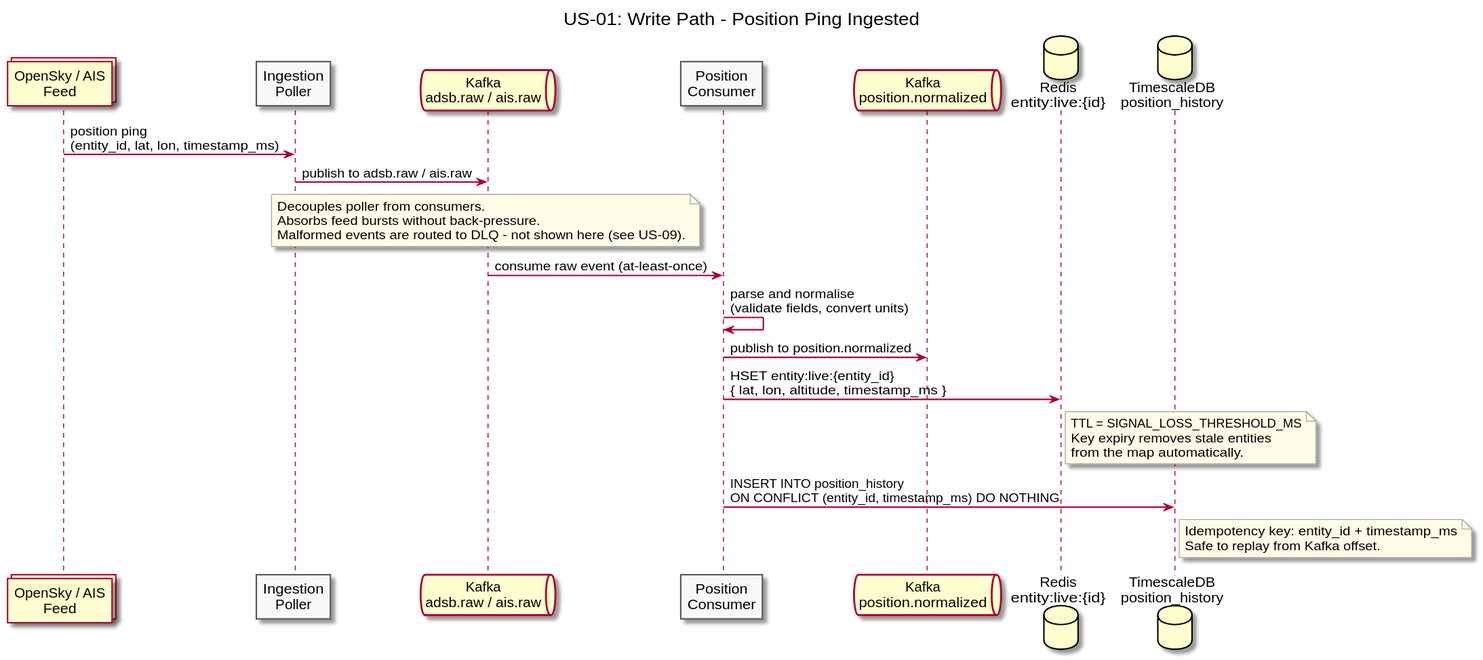
Before: diagrams/docs/use-cases/US-01-live-entity-tracking/write-path.svg, a diagram exported from PlantUML (Buffden/sentinel).
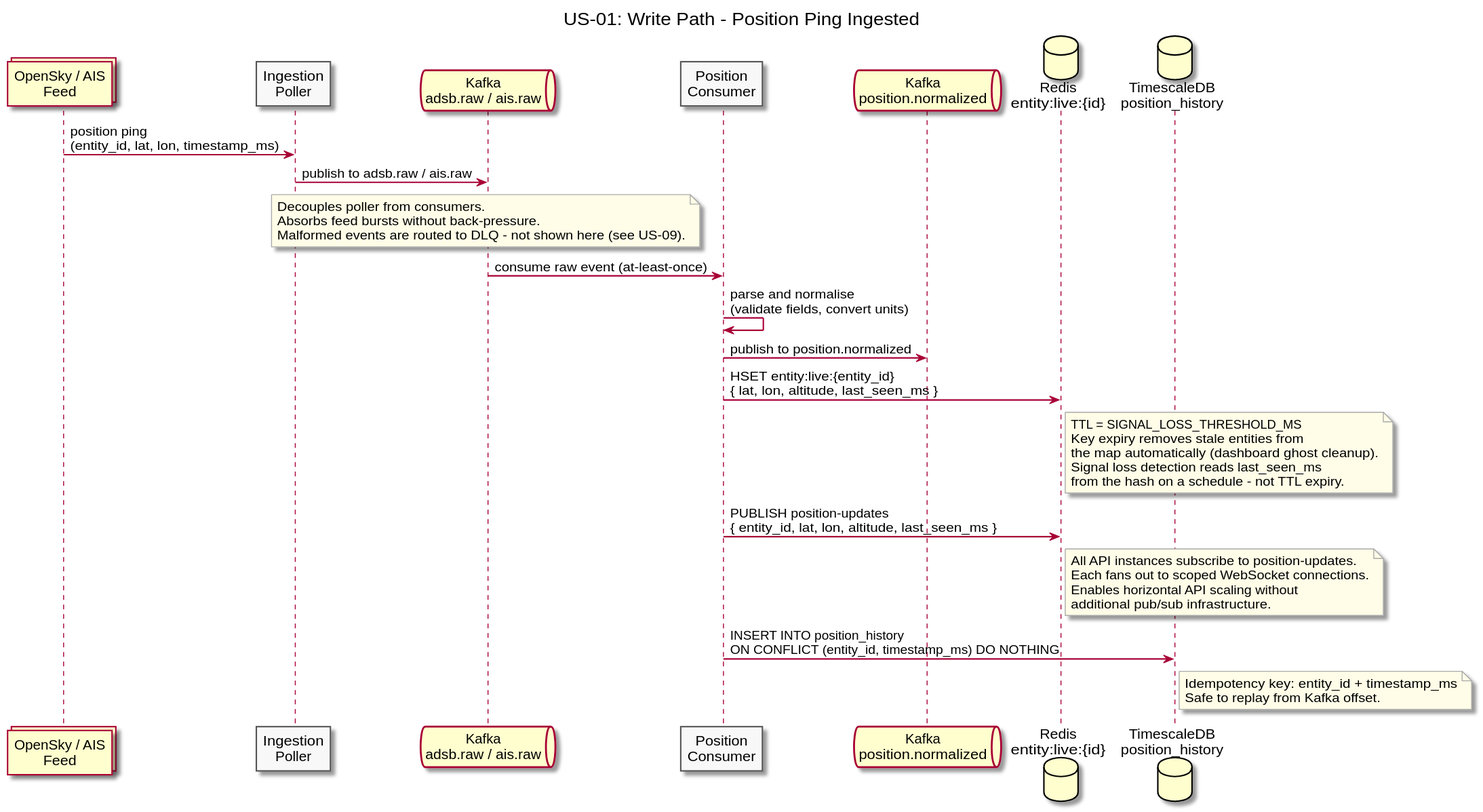
The same file after the commit.

Change to the diagram source:
```diff
@@ -28,12 +28,23 @@
 Consumer -> Consumer : parse and normalise\n(validate fields, convert units)
 Consumer -> KafkaNorm : publish to position.normalized
 
-Consumer -> Redis : HSET entity:live:{entity_id}\n{ lat, lon, altitude, timestamp_ms }
+Consumer -> Redis : HSET entity:live:{entity_id}\n{ lat, lon, altitude, last_seen_ms }
 
 note right of Redis
   TTL = SIGNAL_LOSS_THRESHOLD_MS
-  Key expiry removes stale entities
-  from the map automatically.
+  Key expiry removes stale entities from
+  the map automatically (dashboard ghost cleanup).
+  Signal loss detection reads last_seen_ms
+  from the hash on a schedule - not TTL expiry.
+end note
+
+Consumer -> Redis : PUBLISH position-updates\n{ entity_id, lat, lon, altitude, last_seen_ms }
+
+note right of Redis
+  All API instances subscribe to position-updates.
+  Each fans out to scoped WebSocket connections.
+  Enables horizontal API scaling without
+  additional pub/sub infrastructure.
 end note
 
 Consumer -> TSDB : INSERT INTO position_history\nON CONFLICT (entity_id, timestamp_ms) DO NOTHING
```
